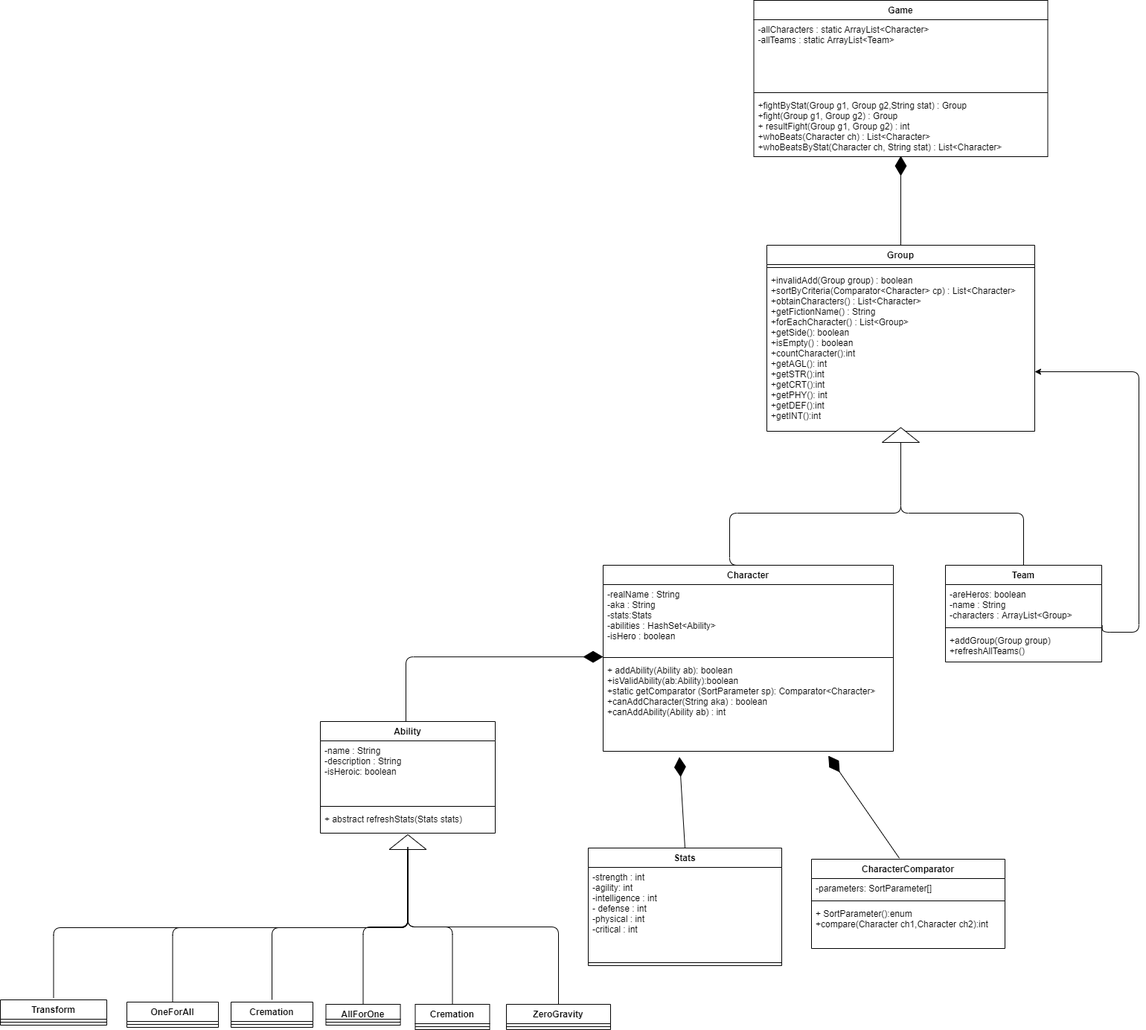
nRodriguezGesa/HeroesVSVillains keeps this draw.io diagram as DiagramaClases.png. Above is the earlier version. Source tidied: cells renumbered, new cells last; positions are measured from the earlier drawing's top-left corner, leaving out a move shared by most shapes. The source it was exported from:
```xml
<mxGraphModel>
  <root>
    <mxCell id="0" />
    <mxCell id="1" parent="0" />
    <mxCell id="2" value="Character" style="swimlane;fontStyle=1;align=center;verticalAlign=top;horizontal=1;startSize=26;" parent="1" vertex="1">
      <mxGeometry x="810" y="759" width="390" height="250" as="geometry" />
    </mxCell>
    <mxCell id="3" value="-realName : String&#10;-aka : String&#10;-stats:Stats&#10;-abilities : HashSet&lt;Ability&gt;&#10;-isHero : boolean " style="text;strokeColor=none;fillColor=none;align=left;verticalAlign=top;spacingLeft=4;spacingRight=4;overflow=hidden;points=[[0,0.5],[1,0.5]];portConstraint=eastwest;" parent="2" vertex="1">
      <mxGeometry y="26" width="390" height="94" as="geometry" />
    </mxCell>
    <mxCell id="4" style="line;strokeWidth=1;fillColor=none;align=left;verticalAlign=middle;spacingTop=-1;spacingLeft=3;spacingRight=3;labelPosition=right;" parent="2" vertex="1">
      <mxGeometry y="120" width="390" height="8" as="geometry" />
    </mxCell>
    <mxCell id="5" value="+ addAbility(Ability ab): boolean &#10;+isValidAbility(ab:Ability):boolean&#10;+static getComparator (SortParameter sp): Comparator&lt;Character&gt;&#10;+canAddCharacter(String aka) : boolean&#10;+canAddAbility(Ability ab) : int&#10;" style="text;strokeColor=none;fillColor=none;align=left;verticalAlign=top;spacingLeft=4;spacingRight=4;overflow=hidden;points=[[0,0.5],[1,0.5]];portConstraint=eastwest;" parent="2" vertex="1">
      <mxGeometry y="128" width="390" height="122" as="geometry" />
    </mxCell>
    <mxCell id="6" style="edgeStyle=orthogonalEdgeStyle;jettySize=auto;html=1;entryX=0;entryY=0.5;entryDx=0;entryDy=0;endArrow=none;" parent="1" edge="1" source="7" target="18">
      <mxGeometry relative="1" as="geometry">
        <Array as="points">
          <mxPoint x="1375" y="689" />
          <mxPoint x="1210" y="689" />
        </Array>
      </mxGeometry>
    </mxCell>
    <mxCell id="7" value="Team" style="swimlane;fontStyle=1;align=center;verticalAlign=top;horizontal=1;startSize=26;" parent="1" vertex="1">
      <mxGeometry x="1270" y="759" width="210" height="130" as="geometry" />
    </mxCell>
    <mxCell id="8" value="-areHeros: boolean&#10;-name : String&#10;-characters : ArrayList&lt;Group&gt; " style="text;strokeColor=none;fillColor=none;align=left;verticalAlign=top;spacingLeft=4;spacingRight=4;overflow=hidden;points=[[0,0.5],[1,0.5]];portConstraint=eastwest;" parent="7" vertex="1">
      <mxGeometry y="26" width="210" height="54" as="geometry" />
    </mxCell>
    <mxCell id="9" style="line;strokeWidth=1;fillColor=none;align=left;verticalAlign=middle;spacingTop=-1;spacingLeft=3;spacingRight=3;labelPosition=right;" parent="7" vertex="1">
      <mxGeometry y="80" width="210" height="8" as="geometry" />
    </mxCell>
    <mxCell id="10" value="+addGroup(Group group)&#10;+refreshAllTeams()&#10;" style="text;strokeColor=none;fillColor=none;align=left;verticalAlign=top;spacingLeft=4;spacingRight=4;overflow=hidden;" parent="7" vertex="1">
      <mxGeometry y="88" width="210" height="42" as="geometry" />
    </mxCell>
    <mxCell id="11" value="Group" style="swimlane;fontStyle=1;align=center;verticalAlign=top;horizontal=1;startSize=26;" parent="1" vertex="1">
      <mxGeometry x="1030" y="329" width="360" height="250" as="geometry" />
    </mxCell>
    <mxCell id="12" style="line;strokeWidth=1;fillColor=none;align=left;verticalAlign=middle;spacingTop=-1;spacingLeft=3;spacingRight=3;labelPosition=right;" parent="11" vertex="1">
      <mxGeometry y="26" width="360" height="8" as="geometry" />
    </mxCell>
    <mxCell id="13" value="+invalidAdd(Group group) : boolean&#10;+sortByCriteria(Comparator&lt;Character&gt; cp) : List&lt;Character&gt;&#10;+obtainCharacters() : List&lt;Character&gt;&#10;+getFictionName() : String&#10;+forEachCharacter() : List&lt;Group&gt;&#10;+getSide(): boolean&#10;+isEmpty() : boolean&#10;+countCharacter():int&#10;+getAGL(): int &#10;+getSTR():int &#10;+getCRT():int &#10;+getPHY(): int&#10;+getDEF():int&#10;+getINT():int" style="text;strokeColor=none;fillColor=none;align=left;verticalAlign=top;spacingLeft=4;spacingRight=4;overflow=hidden;points=[[0,0.5],[1,0.5]];portConstraint=eastwest;" parent="11" vertex="1">
      <mxGeometry y="34" width="360" height="216" as="geometry" />
    </mxCell>
    <mxCell id="14" value="Stats" style="swimlane;fontStyle=1;align=center;verticalAlign=top;horizontal=1;startSize=26;" parent="1" vertex="1">
      <mxGeometry x="790" y="1139" width="260" height="158" as="geometry" />
    </mxCell>
    <mxCell id="15" value="-strength : int&#10;-agility: int&#10;-intelligence : int&#10;- defense : int&#10;-physical : int&#10;-critical : int" style="text;strokeColor=none;fillColor=none;align=left;verticalAlign=top;spacingLeft=4;spacingRight=4;overflow=hidden;" parent="14" vertex="1">
      <mxGeometry y="26" width="260" height="124" as="geometry" />
    </mxCell>
    <mxCell id="16" style="line;strokeWidth=1;fillColor=none;align=left;verticalAlign=middle;spacingTop=-1;spacingLeft=3;spacingRight=3;labelPosition=right;" parent="14" vertex="1">
      <mxGeometry y="150" width="260" height="8" as="geometry" />
    </mxCell>
    <mxCell id="17" style="edgeStyle=orthogonalEdgeStyle;jettySize=auto;html=1;entryX=0.5;entryY=0;entryDx=0;entryDy=0;endArrow=none;" parent="1" edge="1" source="18" target="2">
      <mxGeometry relative="1" as="geometry">
        <Array as="points">
          <mxPoint x="1210" y="689" />
          <mxPoint x="980" y="689" />
        </Array>
      </mxGeometry>
    </mxCell>
    <mxCell id="18" style="triangle;whiteSpace=wrap;html=1;rotation=-90;" parent="1" vertex="1">
      <mxGeometry x="1200" y="559" width="20" height="50" as="geometry" />
    </mxCell>
    <mxCell id="19" style="endArrow=classic;html=1;edgeStyle=orthogonalEdgeStyle;exitX=1.003;exitY=1.014;exitDx=0;exitDy=0;exitPerimeter=0;" parent="1" edge="1" source="8" target="13">
      <mxGeometry relative="1" as="geometry">
        <Array as="points">
          <mxPoint x="1481" y="849" />
          <mxPoint x="1530" y="849" />
          <mxPoint x="1530" y="499" />
        </Array>
      </mxGeometry>
    </mxCell>
    <mxCell id="20" style="triangle;whiteSpace=wrap;html=1;rotation=-90;" parent="1" vertex="1">
      <mxGeometry x="537.5" y="1106" width="20" height="50" as="geometry" />
    </mxCell>
    <mxCell id="21" style="endArrow=diamondThin;endFill=1;endSize=24;html=1;exitX=0.5;exitY=0;exitDx=0;exitDy=0;edgeStyle=orthogonalEdgeStyle;entryX=0;entryY=1.033;entryDx=0;entryDy=0;entryPerimeter=0;" parent="1" edge="1" target="3">
      <mxGeometry relative="1" as="geometry">
        <mxPoint x="545" y="969" as="sourcePoint" />
      </mxGeometry>
    </mxCell>
    <mxCell id="22" value="Game" style="swimlane;fontStyle=1;align=center;verticalAlign=top;horizontal=1;startSize=26;" parent="1" vertex="1">
      <mxGeometry x="1012.5" width="395" height="210" as="geometry" />
    </mxCell>
    <mxCell id="23" value="-allCharacters : static ArrayList&lt;Character&gt;&#10;-allTeams : static ArrayList&lt;Team&gt;&#10;" style="text;strokeColor=none;fillColor=none;align=left;verticalAlign=top;spacingLeft=4;spacingRight=4;overflow=hidden;" parent="22" vertex="1">
      <mxGeometry y="26" width="395" height="94" as="geometry" />
    </mxCell>
    <mxCell id="24" style="line;strokeWidth=1;fillColor=none;align=left;verticalAlign=middle;spacingTop=-1;spacingLeft=3;spacingRight=3;labelPosition=right;" parent="22" vertex="1">
      <mxGeometry y="120" width="395" height="8" as="geometry" />
    </mxCell>
    <mxCell id="25" value="+fightByStat(Group g1, Group g2,String stat) : Group&#10;+fight(Group g1, Group g2) : Group&#10;+ resultFight(Group g1, Group g2) : int&#10;+whoBeats(Character ch) : List&lt;Character&gt;&#10;+whoBeatsByStat(Character ch, String stat) : List&lt;Character&gt;" style="text;strokeColor=none;fillColor=none;align=left;verticalAlign=top;spacingLeft=4;spacingRight=4;overflow=hidden;points=[[0,0.5],[1,0.5]];portConstraint=eastwest;" parent="22" vertex="1">
      <mxGeometry y="128" width="395" height="82" as="geometry" />
    </mxCell>
    <mxCell id="26" style="endArrow=diamondThin;endFill=1;endSize=24;html=1;exitX=0.5;exitY=0;exitDx=0;exitDy=0;entryX=0.5;entryY=0.988;entryDx=0;entryDy=0;entryPerimeter=0;" parent="1" edge="1" source="11" target="25">
      <mxGeometry relative="1" as="geometry" />
    </mxCell>
    <mxCell id="27" value="Ability" style="swimlane;fontStyle=1;align=center;verticalAlign=top;horizontal=1;startSize=26;" parent="1" vertex="1">
      <mxGeometry x="430" y="969" width="235" height="150" as="geometry" />
    </mxCell>
    <mxCell id="28" value="-name : String&#10;-description : String&#10;-isHeroic: boolean" style="text;strokeColor=none;fillColor=none;align=left;verticalAlign=top;spacingLeft=4;spacingRight=4;overflow=hidden;" parent="27" vertex="1">
      <mxGeometry y="26" width="235" height="84" as="geometry" />
    </mxCell>
    <mxCell id="29" style="line;strokeWidth=1;fillColor=none;align=left;verticalAlign=middle;spacingTop=-1;spacingLeft=3;spacingRight=3;labelPosition=right;" parent="27" vertex="1">
      <mxGeometry y="110" width="235" height="8" as="geometry" />
    </mxCell>
    <mxCell id="30" value="+ abstract refreshStats(Stats stats)&#10;" style="text;strokeColor=none;fillColor=none;align=left;verticalAlign=top;spacingLeft=4;spacingRight=4;overflow=hidden;" parent="27" vertex="1">
      <mxGeometry y="118" width="235" height="32" as="geometry" />
    </mxCell>
    <mxCell id="31" style="edgeStyle=orthogonalEdgeStyle;jettySize=auto;html=1;entryX=0;entryY=0.5;entryDx=0;entryDy=0;endArrow=none;" parent="1" edge="1" source="32" target="20">
      <mxGeometry relative="1" as="geometry" />
    </mxCell>
    <mxCell id="32" value="AllForOne" style="swimlane;fontStyle=1;align=center;verticalAlign=top;horizontal=1;startSize=20;" parent="1" vertex="1">
      <mxGeometry x="437.5" y="1349" width="100" height="28" as="geometry" />
    </mxCell>
    <mxCell id="33" style="line;strokeWidth=1;fillColor=none;align=left;verticalAlign=middle;spacingTop=-1;spacingLeft=3;spacingRight=3;labelPosition=right;" parent="32" vertex="1">
      <mxGeometry y="20" width="100" height="8" as="geometry" />
    </mxCell>
    <mxCell id="34" value="CharacterComparator" style="swimlane;fontStyle=1;align=center;verticalAlign=top;horizontal=1;startSize=26;" parent="1" vertex="1">
      <mxGeometry x="1090" y="1154" width="260" height="120" as="geometry" />
    </mxCell>
    <mxCell id="35" value="-parameters: SortParameter[]" style="text;strokeColor=none;fillColor=none;align=left;verticalAlign=top;spacingLeft=4;spacingRight=4;overflow=hidden;" parent="34" vertex="1">
      <mxGeometry y="26" width="260" height="26" as="geometry" />
    </mxCell>
    <mxCell id="36" style="line;strokeWidth=1;fillColor=none;align=left;verticalAlign=middle;spacingTop=-1;spacingLeft=3;spacingRight=3;labelPosition=right;" parent="34" vertex="1">
      <mxGeometry y="52" width="260" height="8" as="geometry" />
    </mxCell>
    <mxCell id="37" value="+ SortParameter():enum&#10;+compare(Character ch1,Character ch2):int" style="text;strokeColor=none;fillColor=none;align=left;verticalAlign=top;spacingLeft=4;spacingRight=4;overflow=hidden;" parent="34" vertex="1">
      <mxGeometry y="60" width="260" height="60" as="geometry" />
    </mxCell>
    <mxCell id="38" value="Cremation" style="swimlane;fontStyle=1;align=center;verticalAlign=top;horizontal=1;startSize=26;" parent="1" vertex="1">
      <mxGeometry x="557.5" y="1349" width="100" height="34" as="geometry" />
    </mxCell>
    <mxCell id="39" style="line;strokeWidth=1;fillColor=none;align=left;verticalAlign=middle;spacingTop=-1;spacingLeft=3;spacingRight=3;labelPosition=right;" parent="38" vertex="1">
      <mxGeometry y="26" width="100" height="8" as="geometry" />
    </mxCell>
    <mxCell id="40" style="edgeStyle=orthogonalEdgeStyle;orthogonalLoop=1;jettySize=auto;html=1;entryX=0;entryY=0.5;entryDx=0;entryDy=0;endArrow=none;" parent="1" edge="1">
      <mxGeometry relative="1" as="geometry">
        <mxPoint x="365" y="1343" as="sourcePoint" />
        <mxPoint x="547.5" y="1138" as="targetPoint" />
        <Array as="points">
          <mxPoint x="365" y="1246" />
          <mxPoint x="548" y="1246" />
        </Array>
      </mxGeometry>
    </mxCell>
    <mxCell id="41" value="Cremation" style="swimlane;fontStyle=1;align=center;verticalAlign=top;horizontal=1;startSize=26;" parent="1" vertex="1">
      <mxGeometry x="310" y="1346" width="110" height="34" as="geometry" />
    </mxCell>
    <mxCell id="42" style="line;strokeWidth=1;fillColor=none;align=left;verticalAlign=middle;spacingTop=-1;spacingLeft=3;spacingRight=3;labelPosition=right;" parent="41" vertex="1">
      <mxGeometry y="26" width="110" height="8" as="geometry" />
    </mxCell>
    <mxCell id="43" style="edgeStyle=orthogonalEdgeStyle;orthogonalLoop=1;jettySize=auto;html=1;entryX=0;entryY=0.5;entryDx=0;entryDy=0;endArrow=none;" parent="1" edge="1">
      <mxGeometry relative="1" as="geometry">
        <mxPoint x="231.5" y="1353" as="sourcePoint" />
        <mxPoint x="547.5" y="1148" as="targetPoint" />
        <Array as="points">
          <mxPoint x="232" y="1246" />
          <mxPoint x="548" y="1246" />
        </Array>
      </mxGeometry>
    </mxCell>
    <mxCell id="44" value="OneForAll" style="swimlane;fontStyle=1;align=center;verticalAlign=top;horizontal=1;startSize=26;" parent="1" vertex="1">
      <mxGeometry x="170" y="1346" width="123" height="34" as="geometry" />
    </mxCell>
    <mxCell id="45" style="line;strokeWidth=1;fillColor=none;align=left;verticalAlign=middle;spacingTop=-1;spacingLeft=3;spacingRight=3;labelPosition=right;" parent="44" vertex="1">
      <mxGeometry y="26" width="123" height="8" as="geometry" />
    </mxCell>
    <mxCell id="46" style="edgeStyle=orthogonalEdgeStyle;orthogonalLoop=1;jettySize=auto;html=1;entryX=0;entryY=0.5;entryDx=0;entryDy=0;endArrow=none;" parent="1" edge="1">
      <mxGeometry relative="1" as="geometry">
        <mxPoint x="71.5" y="1340" as="sourcePoint" />
        <mxPoint x="547.5" y="1138" as="targetPoint" />
        <Array as="points">
          <mxPoint x="72" y="1246" />
          <mxPoint x="548" y="1246" />
        </Array>
      </mxGeometry>
    </mxCell>
    <mxCell id="47" value="Transform" style="swimlane;fontStyle=1;align=center;verticalAlign=top;horizontal=1;startSize=26;" parent="1" vertex="1">
      <mxGeometry y="1343" width="143" height="34" as="geometry" />
    </mxCell>
    <mxCell id="48" style="line;strokeWidth=1;fillColor=none;align=left;verticalAlign=middle;spacingTop=-1;spacingLeft=3;spacingRight=3;labelPosition=right;" parent="47" vertex="1">
      <mxGeometry y="26" width="143" height="8" as="geometry" />
    </mxCell>
    <mxCell id="49" value="ZeroGravity" style="swimlane;fontStyle=1;align=center;verticalAlign=top;horizontal=1;startSize=26;" parent="1" vertex="1">
      <mxGeometry x="680" y="1349" width="140" height="34" as="geometry" />
    </mxCell>
    <mxCell id="50" style="line;strokeWidth=1;fillColor=none;align=left;verticalAlign=middle;spacingTop=-1;spacingLeft=3;spacingRight=3;labelPosition=right;" parent="49" vertex="1">
      <mxGeometry y="26" width="140" height="8" as="geometry" />
    </mxCell>
    <mxCell id="51" style="endArrow=none;html=1;entryX=0;entryY=0.5;entryDx=0;entryDy=0;exitX=0.5;exitY=0;exitDx=0;exitDy=0;edgeStyle=orthogonalEdgeStyle;" parent="1" edge="1" source="49" target="20">
      <mxGeometry relative="1" as="geometry" />
    </mxCell>
    <mxCell id="52" style="endArrow=none;html=1;entryX=0;entryY=0.5;entryDx=0;entryDy=0;exitX=0.5;exitY=0;exitDx=0;exitDy=0;edgeStyle=orthogonalEdgeStyle;" parent="1" edge="1" source="38" target="20">
      <mxGeometry relative="1" as="geometry" />
    </mxCell>
    <mxCell id="53" style="endArrow=diamondThin;endFill=1;endSize=24;html=1;entryX=0.263;entryY=1.063;entryDx=0;entryDy=0;entryPerimeter=0;exitX=0.5;exitY=0;exitDx=0;exitDy=0;" parent="1" edge="1" source="14" target="5">
      <mxGeometry relative="1" as="geometry" />
    </mxCell>
    <mxCell id="54" style="endArrow=diamondThin;endFill=1;endSize=24;html=1;entryX=0.776;entryY=1.049;entryDx=0;entryDy=0;entryPerimeter=0;exitX=0.454;exitY=-0.011;exitDx=0;exitDy=0;exitPerimeter=0;" parent="1" edge="1" source="34" target="5">
      <mxGeometry relative="1" as="geometry" />
    </mxCell>
  </root>
</mxGraphModel>
```
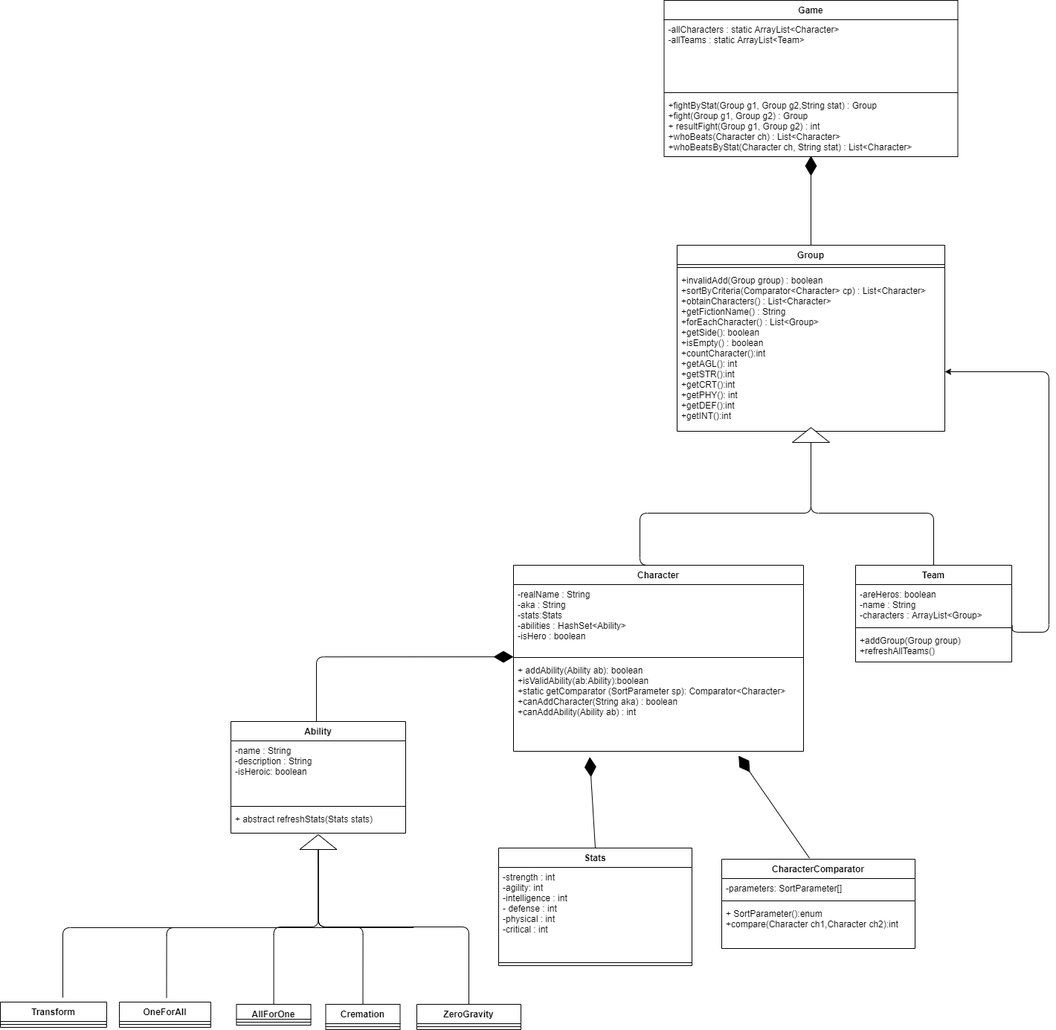
Above is the later version.

What changed in the source:
```diff
@@ -134,50 +134,24 @@
     <mxCell id="39" style="line;strokeWidth=1;fillColor=none;align=left;verticalAlign=middle;spacingTop=-1;spacingLeft=3;spacingRight=3;labelPosition=right;" parent="38" vertex="1">
       <mxGeometry y="26" width="100" height="8" as="geometry" />
     </mxCell>
-    <mxCell id="40" style="edgeStyle=orthogonalEdgeStyle;orthogonalLoop=1;jettySize=auto;html=1;entryX=0;entryY=0.5;entryDx=0;entryDy=0;endArrow=none;" parent="1" edge="1">
-      <mxGeometry relative="1" as="geometry">
-        <mxPoint x="365" y="1343" as="sourcePoint" />
-        <mxPoint x="547.5" y="1138" as="targetPoint" />
-        <Array as="points">
-          <mxPoint x="365" y="1246" />
-          <mxPoint x="548" y="1246" />
-        </Array>
-      </mxGeometry>
-    </mxCell>
-    <mxCell id="41" value="Cremation" style="swimlane;fontStyle=1;align=center;verticalAlign=top;horizontal=1;startSize=26;" parent="1" vertex="1">
-      <mxGeometry x="310" y="1346" width="110" height="34" as="geometry" />
-    </mxCell>
-    <mxCell id="42" style="line;strokeWidth=1;fillColor=none;align=left;verticalAlign=middle;spacingTop=-1;spacingLeft=3;spacingRight=3;labelPosition=right;" parent="41" vertex="1">
-      <mxGeometry y="26" width="110" height="8" as="geometry" />
-    </mxCell>
-    <mxCell id="43" style="edgeStyle=orthogonalEdgeStyle;orthogonalLoop=1;jettySize=auto;html=1;entryX=0;entryY=0.5;entryDx=0;entryDy=0;endArrow=none;" parent="1" edge="1">
-      <mxGeometry relative="1" as="geometry">
-        <mxPoint x="231.5" y="1353" as="sourcePoint" />
-        <mxPoint x="547.5" y="1148" as="targetPoint" />
-        <Array as="points">
-          <mxPoint x="232" y="1246" />
-          <mxPoint x="548" y="1246" />
-        </Array>
-      </mxGeometry>
-    </mxCell>
     <mxCell id="44" value="OneForAll" style="swimlane;fontStyle=1;align=center;verticalAlign=top;horizontal=1;startSize=26;" parent="1" vertex="1">
-      <mxGeometry x="170" y="1346" width="123" height="34" as="geometry" />
+      <mxGeometry x="280" y="1346" width="123" height="34" as="geometry" />
     </mxCell>
     <mxCell id="45" style="line;strokeWidth=1;fillColor=none;align=left;verticalAlign=middle;spacingTop=-1;spacingLeft=3;spacingRight=3;labelPosition=right;" parent="44" vertex="1">
       <mxGeometry y="26" width="123" height="8" as="geometry" />
     </mxCell>
-    <mxCell id="46" style="edgeStyle=orthogonalEdgeStyle;orthogonalLoop=1;jettySize=auto;html=1;entryX=0;entryY=0.5;entryDx=0;entryDy=0;endArrow=none;" parent="1" edge="1">
+    <mxCell id="46" style="edgeStyle=orthogonalEdgeStyle;orthogonalLoop=1;jettySize=auto;html=1;endArrow=none;" parent="1" edge="1">
       <mxGeometry relative="1" as="geometry">
-        <mxPoint x="71.5" y="1340" as="sourcePoint" />
-        <mxPoint x="547.5" y="1138" as="targetPoint" />
+        <mxPoint x="204" y="1340" as="sourcePoint" />
+        <mxPoint x="490" y="1246" as="targetPoint" />
         <Array as="points">
-          <mxPoint x="72" y="1246" />
-          <mxPoint x="548" y="1246" />
+          <mxPoint x="204.5" y="1246" />
+          <mxPoint x="680.5" y="1246" />
         </Array>
       </mxGeometry>
     </mxCell>
     <mxCell id="47" value="Transform" style="swimlane;fontStyle=1;align=center;verticalAlign=top;horizontal=1;startSize=26;" parent="1" vertex="1">
-      <mxGeometry y="1343" width="143" height="34" as="geometry" />
+      <mxGeometry x="120" y="1346" width="143" height="34" as="geometry" />
     </mxCell>
     <mxCell id="48" style="line;strokeWidth=1;fillColor=none;align=left;verticalAlign=middle;spacingTop=-1;spacingLeft=3;spacingRight=3;labelPosition=right;" parent="47" vertex="1">
       <mxGeometry y="26" width="143" height="8" as="geometry" />
@@ -200,5 +174,14 @@
     <mxCell id="54" style="endArrow=diamondThin;endFill=1;endSize=24;html=1;entryX=0.776;entryY=1.049;entryDx=0;entryDy=0;entryPerimeter=0;exitX=0.454;exitY=-0.011;exitDx=0;exitDy=0;exitPerimeter=0;" parent="1" edge="1" source="34" target="5">
       <mxGeometry relative="1" as="geometry" />
     </mxCell>
+    <mxCell id="55" style="edgeStyle=orthogonalEdgeStyle;orthogonalLoop=1;jettySize=auto;html=1;endArrow=none;" parent="1" edge="1">
+      <mxGeometry relative="1" as="geometry">
+        <mxPoint x="343.5" y="1340" as="sourcePoint" />
+        <mxPoint x="629.5" y="1246" as="targetPoint" />
+        <Array as="points">
+          <mxPoint x="344" y="1246" />
+        </Array>
+      </mxGeometry>
+    </mxCell>
   </root>
 </mxGraphModel>
```
